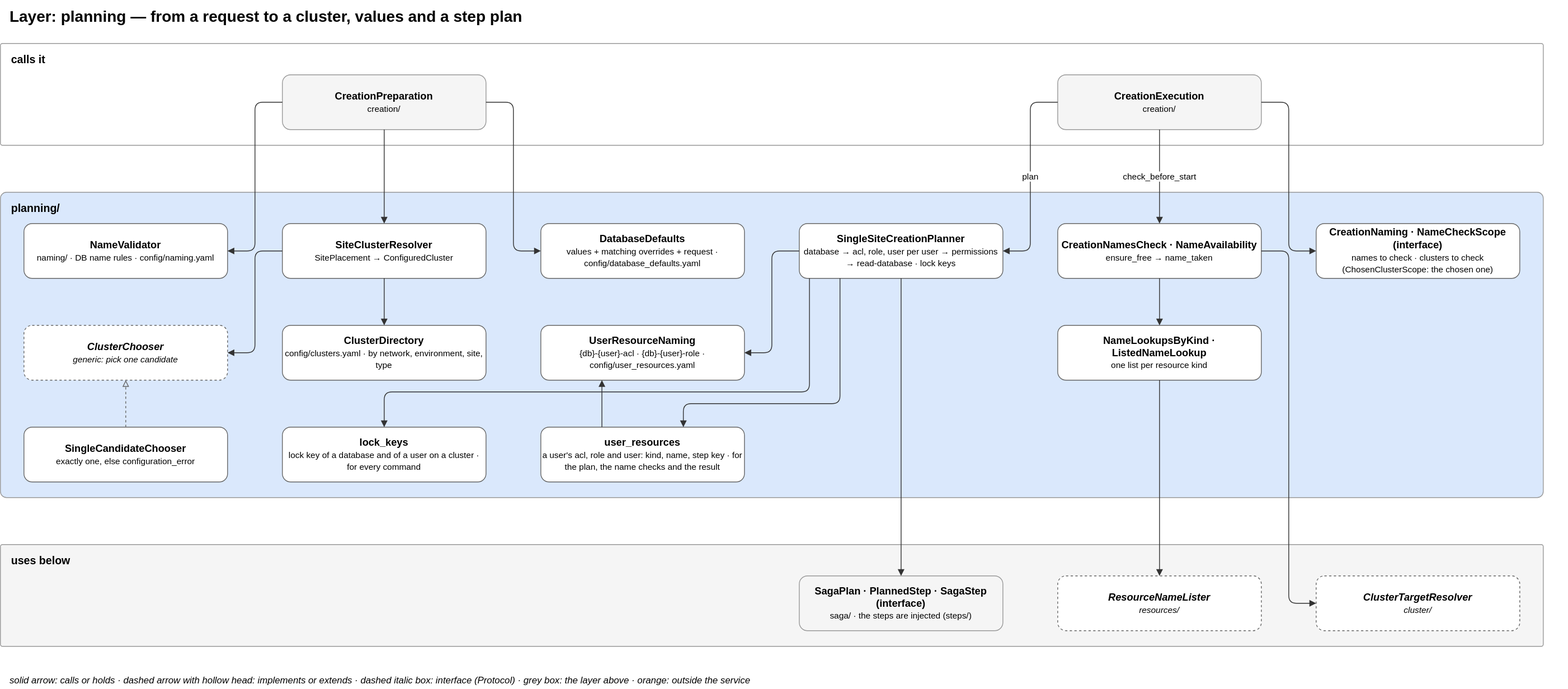
EliShteinman/redis-enterprise-services keeps this draw.io diagram as docs/diagrams/05-layer-planning.drawio.svg. Above is the earlier version. Source tidied: cells renumbered, new cells last; positions are measured from the earlier drawing's top-left corner, leaving out a move shared by most shapes.
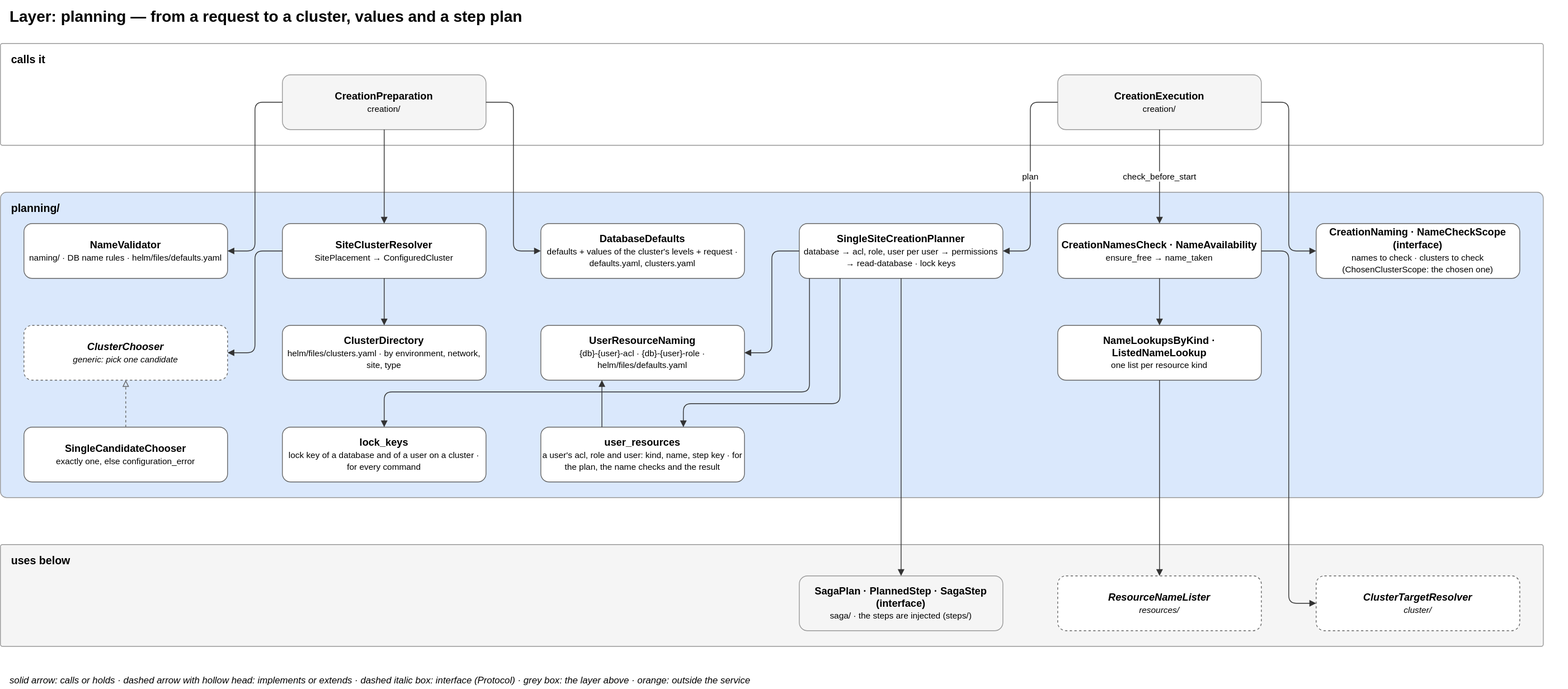
Later version of the same file.

The edit, as a diff of the source:
```diff
@@ -17,13 +17,13 @@
     <mxCell id="6" value="&lt;b&gt;planning/&lt;/b&gt;" style="rounded=1;arcSize=2;fillColor=#dae8fc;strokeColor=#999999;verticalAlign=top;align=left;spacingLeft=12;spacingTop=6;html=1;fontSize=14;" parent="1" vertex="1">
       <mxGeometry y="245" width="1970" height="390" as="geometry" />
     </mxCell>
-    <mxCell id="7" value="&lt;b&gt;NameValidator&lt;/b&gt;&lt;br&gt;&lt;font style='font-size:11px'&gt;naming/ · DB name rules · config/naming.yaml&lt;/font&gt;" style="rounded=1;whiteSpace=wrap;html=1;fillColor=#ffffff;strokeColor=#666666;fontSize=13;" parent="1" vertex="1">
+    <mxCell id="7" value="&lt;b&gt;NameValidator&lt;/b&gt;&lt;br&gt;&lt;font style='font-size:11px'&gt;naming/ · DB name rules · helm/files/defaults.yaml&lt;/font&gt;" style="rounded=1;whiteSpace=wrap;html=1;fillColor=#ffffff;strokeColor=#666666;fontSize=13;" parent="1" vertex="1">
       <mxGeometry x="30" y="285" width="260" height="70" as="geometry" />
     </mxCell>
     <mxCell id="8" value="&lt;b&gt;SiteClusterResolver&lt;/b&gt;&lt;br&gt;&lt;font style='font-size:11px'&gt;SitePlacement → ConfiguredCluster&lt;/font&gt;" style="rounded=1;whiteSpace=wrap;html=1;fillColor=#ffffff;strokeColor=#666666;fontSize=13;" parent="1" vertex="1">
       <mxGeometry x="360" y="285" width="260" height="70" as="geometry" />
     </mxCell>
-    <mxCell id="9" value="&lt;b&gt;DatabaseDefaults&lt;/b&gt;&lt;br&gt;&lt;font style='font-size:11px'&gt;values + matching overrides + request · config/database_defaults.yaml&lt;/font&gt;" style="rounded=1;whiteSpace=wrap;html=1;fillColor=#ffffff;strokeColor=#666666;fontSize=13;" parent="1" vertex="1">
+    <mxCell id="9" value="&lt;b&gt;DatabaseDefaults&lt;/b&gt;&lt;br&gt;&lt;font style='font-size:11px'&gt;defaults + values of the cluster's levels + request · defaults.yaml, clusters.yaml&lt;/font&gt;" style="rounded=1;whiteSpace=wrap;html=1;fillColor=#ffffff;strokeColor=#666666;fontSize=13;" parent="1" vertex="1">
       <mxGeometry x="690" y="285" width="260" height="70" as="geometry" />
     </mxCell>
     <mxCell id="10" value="&lt;b&gt;SingleSiteCreationPlanner&lt;/b&gt;&lt;br&gt;&lt;font style='font-size:11px'&gt;database → acl, role, user per user → permissions → read-database · lock keys&lt;/font&gt;" style="rounded=1;whiteSpace=wrap;html=1;fillColor=#ffffff;strokeColor=#666666;fontSize=13;" parent="1" vertex="1">
@@ -38,10 +38,10 @@
     <mxCell id="13" value="&lt;b&gt;ClusterChooser&lt;/b&gt;&lt;br&gt;&lt;font style='font-size:11px'&gt;generic: pick one candidate&lt;/font&gt;" style="rounded=1;whiteSpace=wrap;html=1;fillColor=#ffffff;strokeColor=#666666;fontSize=13;dashed=1;fontStyle=2;" parent="1" vertex="1">
       <mxGeometry x="30" y="415" width="260" height="70" as="geometry" />
     </mxCell>
-    <mxCell id="14" value="&lt;b&gt;ClusterDirectory&lt;/b&gt;&lt;br&gt;&lt;font style='font-size:11px'&gt;config/clusters.yaml · by network, environment, site, type&lt;/font&gt;" style="rounded=1;whiteSpace=wrap;html=1;fillColor=#ffffff;strokeColor=#666666;fontSize=13;" parent="1" vertex="1">
+    <mxCell id="14" value="&lt;b&gt;ClusterDirectory&lt;/b&gt;&lt;br&gt;&lt;font style='font-size:11px'&gt;helm/files/clusters.yaml · by environment, network, site, type&lt;/font&gt;" style="rounded=1;whiteSpace=wrap;html=1;fillColor=#ffffff;strokeColor=#666666;fontSize=13;" parent="1" vertex="1">
       <mxGeometry x="360" y="415" width="260" height="70" as="geometry" />
     </mxCell>
-    <mxCell id="15" value="&lt;b&gt;UserResourceNaming&lt;/b&gt;&lt;br&gt;&lt;font style='font-size:11px'&gt;{db}-{user}-acl · {db}-{user}-role · config/user_resources.yaml&lt;/font&gt;" style="rounded=1;whiteSpace=wrap;html=1;fillColor=#ffffff;strokeColor=#666666;fontSize=13;" parent="1" vertex="1">
+    <mxCell id="15" value="&lt;b&gt;UserResourceNaming&lt;/b&gt;&lt;br&gt;&lt;font style='font-size:11px'&gt;{db}-{user}-acl · {db}-{user}-role · helm/files/defaults.yaml&lt;/font&gt;" style="rounded=1;whiteSpace=wrap;html=1;fillColor=#ffffff;strokeColor=#666666;fontSize=13;" parent="1" vertex="1">
       <mxGeometry x="690" y="415" width="260" height="70" as="geometry" />
     </mxCell>
     <mxCell id="16" value="&lt;b&gt;NameLookupsByKind · ListedNameLookup&lt;/b&gt;&lt;br&gt;&lt;font style='font-size:11px'&gt;one list per resource kind&lt;/font&gt;" style="rounded=1;whiteSpace=wrap;html=1;fillColor=#ffffff;strokeColor=#666666;fontSize=13;" parent="1" vertex="1">
```
